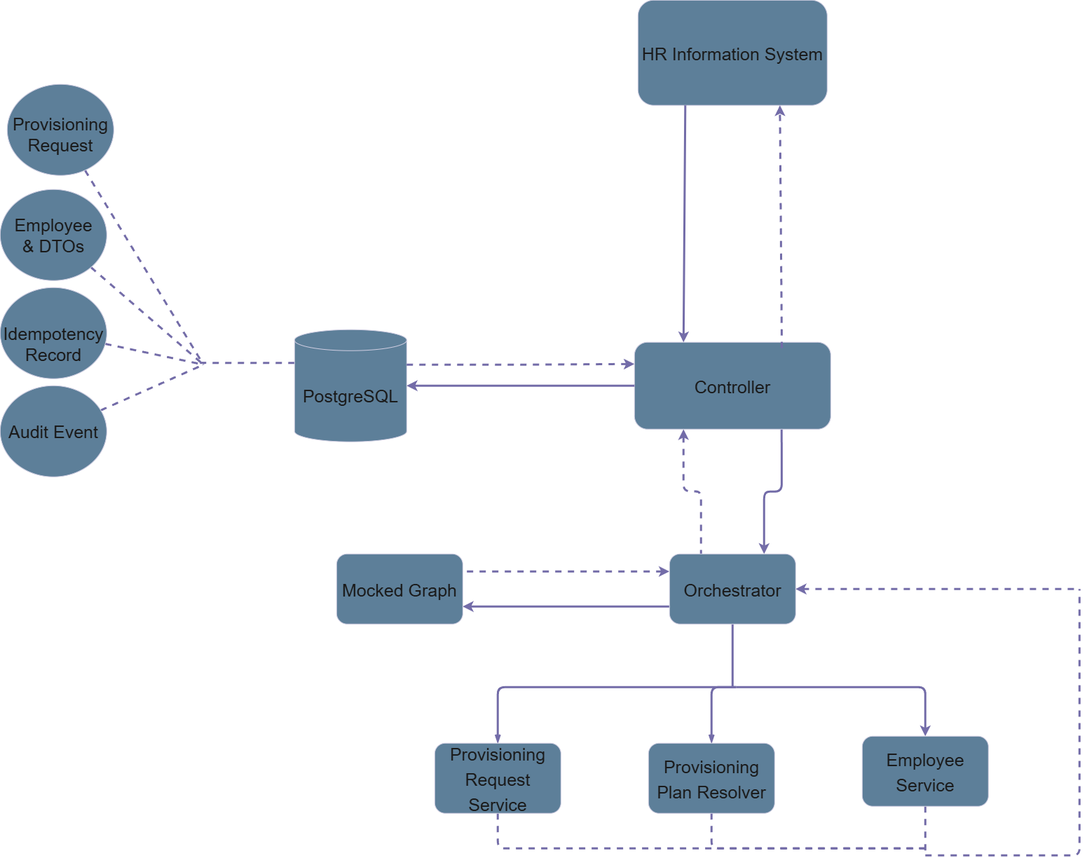
Above: docs/diagrams/Provisioning Lifecycle.png in NotMarco97/identity-provisioning-platform (draw.io), before the change. Source tidied: cells renumbered, new cells last; positions are measured from the earlier drawing's top-left corner, leaving out a move shared by most shapes.
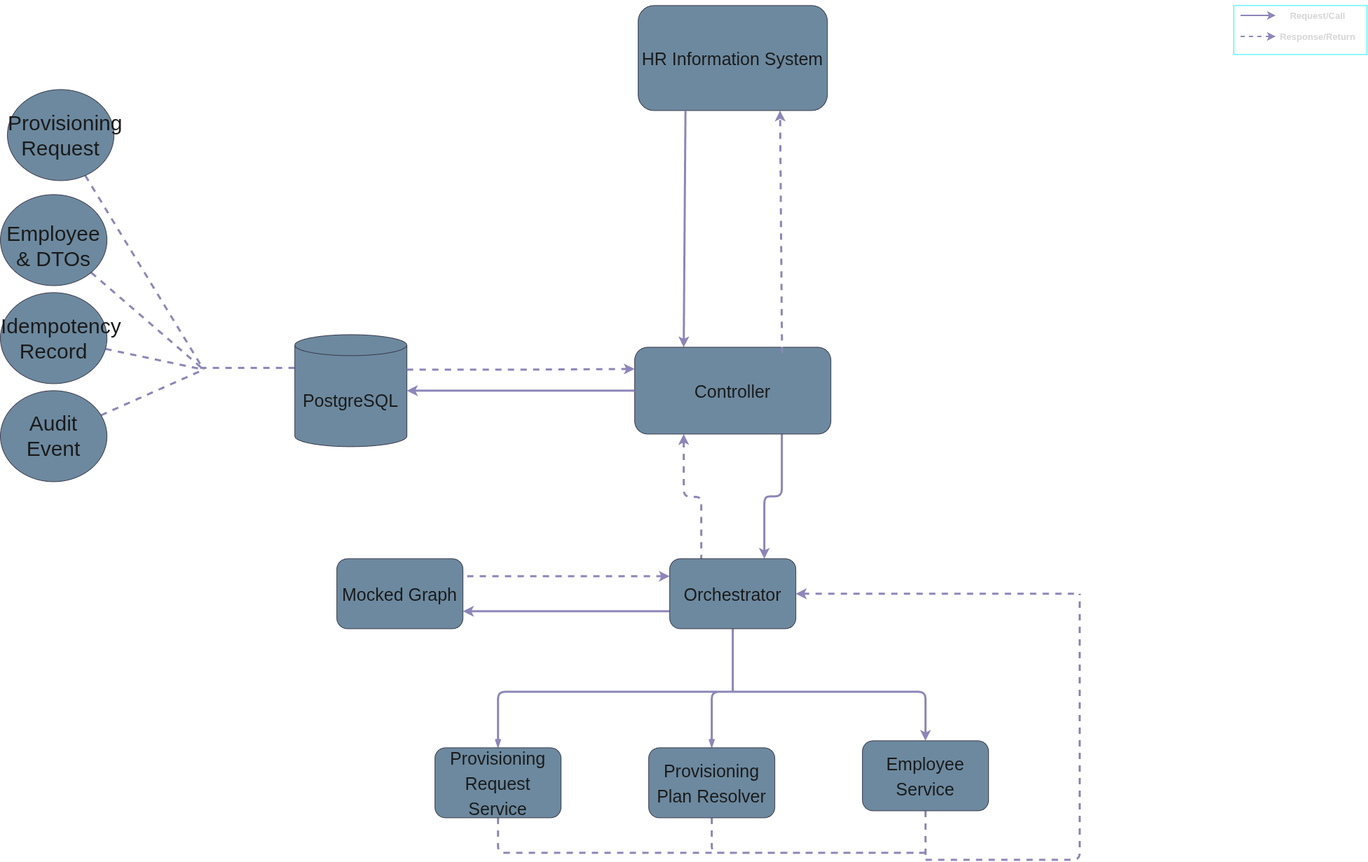
Above is the later version.

Change to the diagram source:
```diff
@@ -2,7 +2,7 @@
   <root>
     <mxCell id="0" />
     <mxCell id="1" parent="0" />
-    <mxCell id="2" value="&lt;font style=&quot;font-size: 25px;&quot;&gt;HR Information System&lt;/font&gt;" style="rounded=1;whiteSpace=wrap;html=1;fontSize=30;shadow=0;align=center;labelBackgroundColor=none;glass=0;fillColor=#5D7F99;strokeColor=#D0CEE2;fontColor=#1A1A1A;" parent="1" vertex="1">
+    <mxCell id="2" value="&lt;font style=&quot;font-size: 25px;&quot;&gt;HR Information System&lt;/font&gt;" style="rounded=1;whiteSpace=wrap;html=1;fontSize=30;shadow=0;align=center;labelBackgroundColor=none;glass=0;fillColor=#5D7F99;strokeColor=#D0CEE2;fontColor=light-dark(#1A1A1A,#1A1A1A);fontFamily=Helvetica;fontStyle=0;verticalAlign=middle;" parent="1" vertex="1">
       <mxGeometry x="910" width="270" height="150" as="geometry" />
     </mxCell>
     <mxCell id="3" style="edgeStyle=none;shape=connector;curved=0;rounded=1;jettySize=auto;html=1;exitX=0;exitY=0;exitDx=0;exitDy=47.5;exitPerimeter=0;strokeWidth=3;align=center;verticalAlign=middle;fontFamily=Helvetica;fontSize=30;fontColor=default;labelBackgroundColor=none;endArrow=none;dashed=1;shadow=0;strokeColor=#736CA8;" parent="1" edge="1" source="4">
@@ -10,7 +10,7 @@
         <mxPoint x="280" y="517.4" as="targetPoint" />
       </mxGeometry>
     </mxCell>
-    <mxCell id="4" value="&lt;font style=&quot;font-size: 25px;&quot;&gt;PostgreSQL&lt;/font&gt;" style="shape=cylinder3;whiteSpace=wrap;html=1;boundedLbl=1;backgroundOutline=1;size=15;rounded=1;shadow=0;align=center;verticalAlign=middle;fontFamily=Helvetica;fontSize=30;labelBackgroundColor=none;fillColor=#5D7F99;strokeColor=#D0CEE2;fontColor=#1A1A1A;" parent="1" vertex="1">
+    <mxCell id="4" value="&lt;font style=&quot;font-size: 25px;&quot;&gt;PostgreSQL&lt;/font&gt;" style="shape=cylinder3;whiteSpace=wrap;html=1;boundedLbl=1;backgroundOutline=1;size=15;rounded=1;shadow=0;align=center;verticalAlign=middle;fontFamily=Helvetica;fontSize=30;labelBackgroundColor=none;fillColor=#5D7F99;strokeColor=#D0CEE2;fontColor=light-dark(#1A1A1A,#1A1A1A);fontStyle=0;" parent="1" vertex="1">
       <mxGeometry x="420" y="470" width="160" height="160" as="geometry" />
     </mxCell>
     <mxCell id="5" style="edgeStyle=orthogonalEdgeStyle;shape=connector;rounded=1;jettySize=auto;html=1;exitX=0.75;exitY=1;exitDx=0;exitDy=0;entryX=0.75;entryY=0;entryDx=0;entryDy=0;strokeWidth=3;align=center;verticalAlign=middle;fontFamily=Helvetica;fontSize=30;fontColor=default;labelBackgroundColor=none;endArrow=classic;libavoidRouting=1;endFill=1;shadow=0;strokeColor=#736CA8;" parent="1" edge="1" source="7" target="27">
@@ -24,7 +24,7 @@
     <mxCell id="6" style="edgeStyle=elbowEdgeStyle;shape=connector;rounded=1;jettySize=auto;html=1;exitX=0.25;exitY=1;exitDx=0;exitDy=0;entryX=0.25;entryY=0;entryDx=0;entryDy=0;strokeWidth=3;align=center;verticalAlign=middle;fontFamily=Helvetica;fontSize=30;fontColor=default;labelBackgroundColor=none;endArrow=none;elbow=vertical;startArrow=classic;startFill=1;dashed=1;shadow=0;strokeColor=#736CA8;" parent="1" edge="1" source="7" target="27">
       <mxGeometry relative="1" as="geometry" />
     </mxCell>
-    <mxCell id="7" value="&lt;font style=&quot;font-size: 25px;&quot;&gt;Controller&lt;/font&gt;" style="whiteSpace=wrap;html=1;fontSize=30;rounded=1;shadow=0;align=center;verticalAlign=middle;fontFamily=Helvetica;labelBackgroundColor=none;fillColor=#5D7F99;strokeColor=#D0CEE2;fontColor=#1A1A1A;" parent="1" vertex="1">
+    <mxCell id="7" value="&lt;font style=&quot;font-size: 25px;&quot;&gt;Controller&lt;/font&gt;" style="whiteSpace=wrap;html=1;fontSize=30;rounded=1;shadow=0;align=center;verticalAlign=middle;fontFamily=Helvetica;labelBackgroundColor=none;fillColor=#5D7F99;strokeColor=#D0CEE2;fontColor=light-dark(#1A1A1A,#1A1A1A);" parent="1" vertex="1">
       <mxGeometry x="905" y="488" width="280" height="124" as="geometry" />
     </mxCell>
     <mxCell id="8" style="endArrow=classic;dashed=1;html=1;rounded=1;fontFamily=Helvetica;fontSize=30;fontColor=default;entryX=0.75;entryY=1;entryDx=0;entryDy=0;strokeWidth=3;exitX=0.751;exitY=0.068;exitDx=0;exitDy=0;exitPerimeter=0;endFill=1;labelBackgroundColor=none;shadow=0;strokeColor=#736CA8;" parent="1" edge="1" source="7" target="2">
@@ -44,7 +44,7 @@
         <mxPoint x="290" y="520" as="targetPoint" />
       </mxGeometry>
     </mxCell>
-    <mxCell id="13" value="Idempotency Record" style="ellipse;whiteSpace=wrap;html=1;shapeInside=1;fontSize=25;labelBackgroundColor=none;shadow=0;fillColor=#5D7F99;strokeColor=#D0CEE2;rounded=1;fontColor=#1A1A1A;" parent="1" vertex="1">
+    <mxCell id="13" value="Idempotency Record" style="ellipse;whiteSpace=wrap;html=1;shapeInside=1;fontSize=30;labelBackgroundColor=none;shadow=0;fillColor=#5D7F99;strokeColor=#D0CEE2;rounded=1;fontColor=light-dark(#1A1A1A,#1A1A1A);fontFamily=Helvetica;fontStyle=0;align=center;verticalAlign=middle;" parent="1" vertex="1">
       <mxGeometry y="410" width="152" height="130" as="geometry" />
     </mxCell>
     <mxCell id="14" style="edgeStyle=orthogonalEdgeStyle;shape=connector;rounded=1;jettySize=auto;html=1;exitX=0.5;exitY=0;exitDx=0;exitDy=0;strokeWidth=3;align=center;verticalAlign=middle;fontFamily=Helvetica;fontSize=30;fontColor=default;labelBackgroundColor=none;endArrow=none;elbow=vertical;libavoidRouting=1;startArrow=openThin;startFill=0;shadow=0;strokeColor=#736CA8;" parent="1" edge="1" source="16">
@@ -63,7 +63,7 @@
         </Array>
       </mxGeometry>
     </mxCell>
-    <mxCell id="16" value="&lt;font style=&quot;font-size: 25px;&quot;&gt;Provisioning Plan Resolver&lt;/font&gt;" style="whiteSpace=wrap;html=1;fontSize=30;rounded=1;shadow=0;align=center;verticalAlign=middle;fontFamily=Helvetica;labelBackgroundColor=none;fillColor=#5D7F99;strokeColor=#D0CEE2;fontColor=#1A1A1A;" parent="1" vertex="1">
+    <mxCell id="16" value="&lt;font style=&quot;font-size: 25px;&quot;&gt;Provisioning Plan Resolver&lt;/font&gt;" style="whiteSpace=wrap;html=1;fontSize=30;rounded=1;shadow=0;align=center;verticalAlign=middle;fontFamily=Helvetica;labelBackgroundColor=none;fillColor=#5D7F99;strokeColor=#D0CEE2;fontColor=light-dark(#1A1A1A,#1A1A1A);fontStyle=0;" parent="1" vertex="1">
       <mxGeometry x="925" y="1060" width="180" height="100" as="geometry" />
     </mxCell>
     <mxCell id="17" style="edgeStyle=orthogonalEdgeStyle;shape=connector;rounded=1;jettySize=auto;html=1;strokeWidth=3;align=center;verticalAlign=middle;fontFamily=Helvetica;fontSize=30;fontColor=default;labelBackgroundColor=none;endArrow=none;elbow=vertical;libavoidRouting=1;startArrow=openThin;startFill=0;shadow=0;strokeColor=#736CA8;" parent="1" edge="1" source="19">
@@ -82,7 +82,7 @@
         </Array>
       </mxGeometry>
     </mxCell>
-    <mxCell id="19" value="&lt;font style=&quot;font-size: 25px;&quot;&gt;Provisioning Request Service&lt;/font&gt;" style="whiteSpace=wrap;html=1;fontSize=30;rounded=1;shadow=0;align=center;verticalAlign=middle;fontFamily=Helvetica;labelBackgroundColor=none;fillColor=#5D7F99;strokeColor=#D0CEE2;fontColor=#1A1A1A;" parent="1" vertex="1">
+    <mxCell id="19" value="&lt;font style=&quot;font-size: 25px;&quot;&gt;Provisioning Request Service&lt;/font&gt;" style="whiteSpace=wrap;html=1;fontSize=30;rounded=1;shadow=0;align=center;verticalAlign=middle;fontFamily=Helvetica;labelBackgroundColor=none;fillColor=#5D7F99;strokeColor=#D0CEE2;fontColor=light-dark(#1A1A1A,#1A1A1A);fontStyle=0;" parent="1" vertex="1">
       <mxGeometry x="620" y="1060" width="180" height="100" as="geometry" />
     </mxCell>
     <mxCell id="20" style="edgeStyle=orthogonalEdgeStyle;shape=connector;rounded=1;jettySize=auto;html=1;strokeWidth=3;align=center;verticalAlign=middle;fontFamily=Helvetica;fontSize=30;fontColor=default;labelBackgroundColor=none;endArrow=none;libavoidRouting=1;endFill=0;startArrow=classic;startFill=1;shadow=0;strokeColor=#736CA8;" parent="1" edge="1" source="22">
@@ -98,7 +98,7 @@
         <mxPoint x="1320" y="1220" as="targetPoint" />
       </mxGeometry>
     </mxCell>
-    <mxCell id="22" value="&lt;font style=&quot;font-size: 25px;&quot;&gt;Employee Service&lt;/font&gt;" style="whiteSpace=wrap;html=1;fontSize=30;rounded=1;shadow=0;align=center;verticalAlign=middle;fontFamily=Helvetica;labelBackgroundColor=none;fillColor=#5D7F99;strokeColor=#D0CEE2;fontColor=#1A1A1A;" parent="1" vertex="1">
+    <mxCell id="22" value="&lt;font style=&quot;font-size: 25px;&quot;&gt;Employee Service&lt;/font&gt;" style="whiteSpace=wrap;html=1;fontSize=30;rounded=1;shadow=0;align=center;verticalAlign=middle;fontFamily=Helvetica;labelBackgroundColor=none;fillColor=#5D7F99;strokeColor=#D0CEE2;fontColor=light-dark(#1A1A1A,#1A1A1A);fontStyle=0;" parent="1" vertex="1">
       <mxGeometry x="1230" y="1050" width="180" height="100" as="geometry" />
     </mxCell>
     <mxCell id="23" style="edgeStyle=none;shape=connector;curved=0;rounded=1;jettySize=auto;html=1;exitX=0;exitY=0.75;exitDx=0;exitDy=0;entryX=1;entryY=0.75;entryDx=0;entryDy=0;strokeWidth=3;align=center;verticalAlign=middle;fontFamily=Helvetica;fontSize=30;fontColor=default;labelBackgroundColor=none;endArrow=classic;endFill=1;shadow=0;strokeColor=#736CA8;" parent="1" edge="1" source="27" target="28">
@@ -120,10 +120,10 @@
         </Array>
       </mxGeometry>
     </mxCell>
-    <mxCell id="27" value="&lt;font style=&quot;font-size: 25px;&quot;&gt;Orchestrator&lt;/font&gt;" style="whiteSpace=wrap;html=1;fontSize=30;rounded=1;shadow=0;align=center;verticalAlign=middle;fontFamily=Helvetica;labelBackgroundColor=none;fillColor=#5D7F99;strokeColor=#D0CEE2;fontColor=#1A1A1A;" parent="1" vertex="1">
+    <mxCell id="27" value="&lt;font style=&quot;font-size: 25px;&quot;&gt;Orchestrator&lt;/font&gt;" style="whiteSpace=wrap;html=1;fontSize=30;rounded=1;shadow=0;align=center;verticalAlign=middle;fontFamily=Helvetica;labelBackgroundColor=none;fillColor=#5D7F99;strokeColor=#D0CEE2;fontColor=light-dark(#1A1A1A,#1A1A1A);fontStyle=0;" parent="1" vertex="1">
       <mxGeometry x="955" y="790" width="180" height="100" as="geometry" />
     </mxCell>
-    <mxCell id="28" value="&lt;span style=&quot;font-size: 25px;&quot;&gt;Mocked Graph&lt;/span&gt;" style="whiteSpace=wrap;html=1;fontSize=30;rounded=1;shadow=0;align=center;verticalAlign=middle;fontFamily=Helvetica;labelBackgroundColor=none;fillColor=#5D7F99;strokeColor=#D0CEE2;fontColor=#1A1A1A;" parent="1" vertex="1">
+    <mxCell id="28" value="&lt;span style=&quot;font-size: 25px;&quot;&gt;Mocked Graph&lt;/span&gt;" style="whiteSpace=wrap;html=1;fontSize=30;rounded=1;shadow=0;align=center;verticalAlign=middle;fontFamily=Helvetica;labelBackgroundColor=none;fillColor=#5D7F99;strokeColor=#D0CEE2;fontColor=light-dark(#1A1A1A,#1A1A1A);fontStyle=0;" parent="1" vertex="1">
       <mxGeometry x="480" y="790" width="180" height="100" as="geometry" />
     </mxCell>
     <mxCell id="29" style="edgeStyle=none;shape=connector;curved=0;rounded=1;jettySize=auto;html=1;strokeWidth=3;align=center;verticalAlign=middle;fontFamily=Helvetica;fontSize=30;fontColor=default;labelBackgroundColor=none;endArrow=none;dashed=1;shadow=0;strokeColor=#736CA8;" parent="1" edge="1" source="30">
@@ -131,7 +131,7 @@
         <mxPoint x="290" y="520" as="targetPoint" />
       </mxGeometry>
     </mxCell>
-    <mxCell id="30" value="Audit Event" style="ellipse;whiteSpace=wrap;html=1;shapeInside=1;fontSize=25;labelBackgroundColor=none;shadow=0;fillColor=#5D7F99;strokeColor=#D0CEE2;rounded=1;fontColor=#1A1A1A;" parent="1" vertex="1">
+    <mxCell id="30" value="Audit Event" style="ellipse;whiteSpace=wrap;html=1;shapeInside=1;fontSize=30;labelBackgroundColor=none;shadow=0;fillColor=#5D7F99;strokeColor=#D0CEE2;rounded=1;fontColor=light-dark(#1A1A1A,#1A1A1A);fontFamily=Helvetica;fontStyle=0;align=center;verticalAlign=middle;" parent="1" vertex="1">
       <mxGeometry y="550" width="152" height="130" as="geometry" />
     </mxCell>
     <mxCell id="31" style="edgeStyle=none;shape=connector;curved=0;rounded=1;jettySize=auto;html=1;strokeWidth=3;align=center;verticalAlign=middle;fontFamily=Helvetica;fontSize=30;fontColor=default;labelBackgroundColor=none;endArrow=none;dashed=1;shadow=0;strokeColor=#736CA8;" parent="1" edge="1" source="32">
@@ -139,7 +139,7 @@
         <mxPoint x="290" y="520" as="targetPoint" />
       </mxGeometry>
     </mxCell>
-    <mxCell id="32" value="Employee &amp;amp; DTOs" style="ellipse;whiteSpace=wrap;html=1;shapeInside=1;fontSize=25;labelBackgroundColor=none;shadow=0;fillColor=#5D7F99;strokeColor=#D0CEE2;rounded=1;fontColor=#1A1A1A;" parent="1" vertex="1">
+    <mxCell id="32" value="Employee &amp;amp; DTOs" style="ellipse;whiteSpace=wrap;html=1;shapeInside=1;fontSize=30;labelBackgroundColor=none;shadow=0;fillColor=#5D7F99;strokeColor=#D0CEE2;rounded=1;fontColor=light-dark(#1A1A1A,#1A1A1A);fontFamily=Helvetica;fontStyle=0;align=center;verticalAlign=middle;" parent="1" vertex="1">
       <mxGeometry y="270" width="152" height="130" as="geometry" />
     </mxCell>
     <mxCell id="33" style="edgeStyle=none;shape=connector;curved=0;rounded=1;jettySize=auto;html=1;strokeWidth=3;align=center;verticalAlign=middle;fontFamily=Helvetica;fontSize=30;fontColor=default;labelBackgroundColor=none;endArrow=none;dashed=1;shadow=0;strokeColor=#736CA8;" parent="1" edge="1" source="34">
@@ -147,7 +147,7 @@
         <mxPoint x="290" y="520" as="targetPoint" />
       </mxGeometry>
     </mxCell>
-    <mxCell id="34" value="Provisioning Request" style="ellipse;whiteSpace=wrap;html=1;shapeInside=1;fontSize=25;labelBackgroundColor=none;shadow=0;fillColor=#5D7F99;strokeColor=#D0CEE2;rounded=1;fontColor=#1A1A1A;" parent="1" vertex="1">
+    <mxCell id="34" value="Provisioning Request" style="ellipse;whiteSpace=wrap;html=1;shapeInside=1;fontSize=30;labelBackgroundColor=none;shadow=0;fillColor=#5D7F99;strokeColor=#D0CEE2;rounded=1;fontColor=light-dark(#1A1A1A,#1A1A1A);fontFamily=Helvetica;fontStyle=0;align=center;verticalAlign=middle;" parent="1" vertex="1">
       <mxGeometry x="10" y="120" width="152" height="130" as="geometry" />
     </mxCell>
     <mxCell id="35" style="endArrow=none;dashed=1;html=1;rounded=1;strokeWidth=3;align=center;verticalAlign=middle;fontFamily=Helvetica;fontSize=30;fontColor=default;labelBackgroundColor=none;edgeStyle=orthogonalEdgeStyle;elbow=vertical;shadow=0;strokeColor=#736CA8;" parent="1" edge="1">
@@ -156,5 +156,32 @@
         <mxPoint x="1540" y="840" as="targetPoint" />
       </mxGeometry>
     </mxCell>
+    <mxCell id="36" value="&lt;h4&gt;&lt;font style=&quot;font-size: 13px;&quot;&gt;Request/Call&lt;/font&gt;&lt;/h4&gt;" style="text;html=1;whiteSpace=wrap;strokeColor=none;fillColor=none;align=center;verticalAlign=middle;rounded=0;fontFamily=Helvetica;fontSize=11;fontColor=#1A1A1A;labelBackgroundColor=none;strokeWidth=2;" parent="1" vertex="1">
+      <mxGeometry x="1850" width="60" height="30" as="geometry" />
+    </mxCell>
+    <mxCell id="37" value="&lt;h4&gt;&lt;font style=&quot;font-size: 13px;&quot;&gt;Response/Return&lt;/font&gt;&lt;/h4&gt;" style="text;html=1;whiteSpace=wrap;strokeColor=none;fillColor=none;align=center;verticalAlign=middle;rounded=0;fontFamily=Helvetica;fontSize=11;fontColor=#1A1A1A;labelBackgroundColor=none;strokeWidth=2;" parent="1" vertex="1">
+      <mxGeometry x="1850" y="30" width="60" height="30" as="geometry" />
+    </mxCell>
+    <mxCell id="38" style="endArrow=classic;html=1;rounded=0;strokeColor=#736CA8;strokeWidth=2;align=center;verticalAlign=middle;fontFamily=Helvetica;fontSize=11;fontColor=#1A1A1A;labelBackgroundColor=default;" parent="1" edge="1">
+      <mxGeometry relative="1" as="geometry">
+        <mxPoint x="1770" y="14.6" as="sourcePoint" />
+        <mxPoint x="1820" y="14.6" as="targetPoint" />
+        <Array as="points">
+          <mxPoint x="1820" y="14.6" />
+        </Array>
+      </mxGeometry>
+    </mxCell>
+    <mxCell id="39" style="endArrow=classic;html=1;rounded=0;strokeColor=#736CA8;strokeWidth=2;align=center;verticalAlign=middle;fontFamily=Helvetica;fontSize=11;fontColor=#1A1A1A;labelBackgroundColor=default;dashed=1;" parent="1" edge="1">
+      <mxGeometry relative="1" as="geometry">
+        <mxPoint x="1770" y="44.6" as="sourcePoint" />
+        <mxPoint x="1820" y="44.6" as="targetPoint" />
+        <Array as="points">
+          <mxPoint x="1820" y="44.6" />
+        </Array>
+      </mxGeometry>
+    </mxCell>
+    <mxCell id="40" style="rounded=0;whiteSpace=wrap;html=1;fillColor=none;strokeColor=light-dark(#000000,#2BF0FF);" parent="1" vertex="1">
+      <mxGeometry x="1760" width="190" height="70" as="geometry" />
+    </mxCell>
   </root>
 </mxGraphModel>
```
